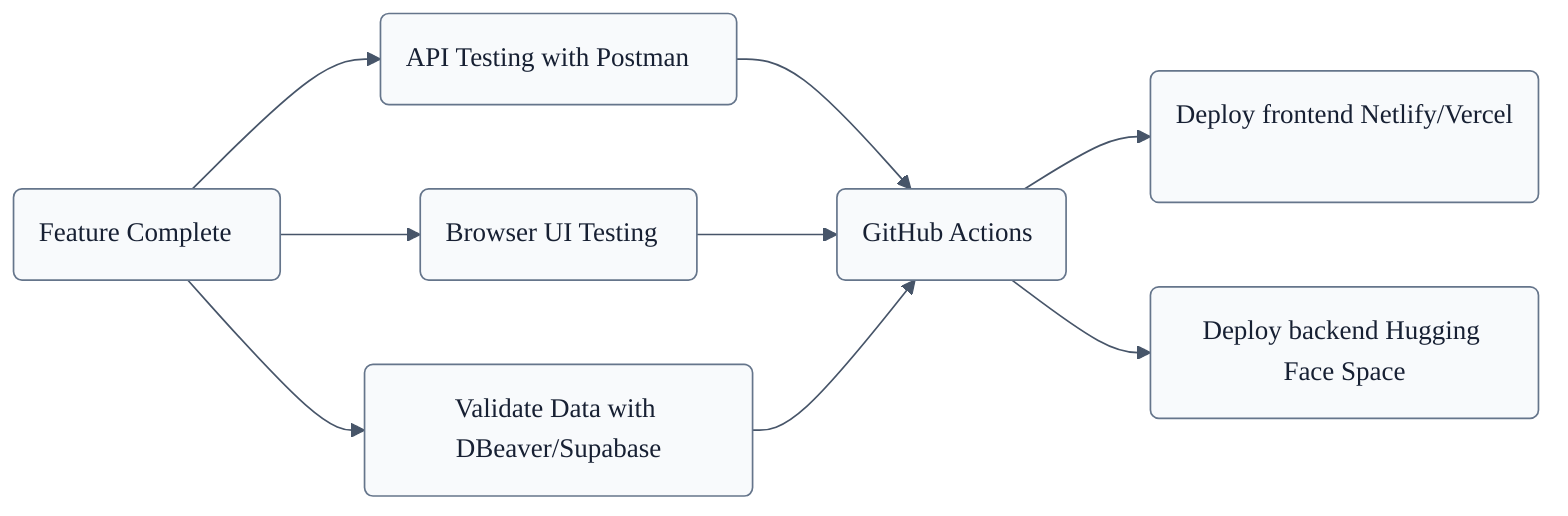
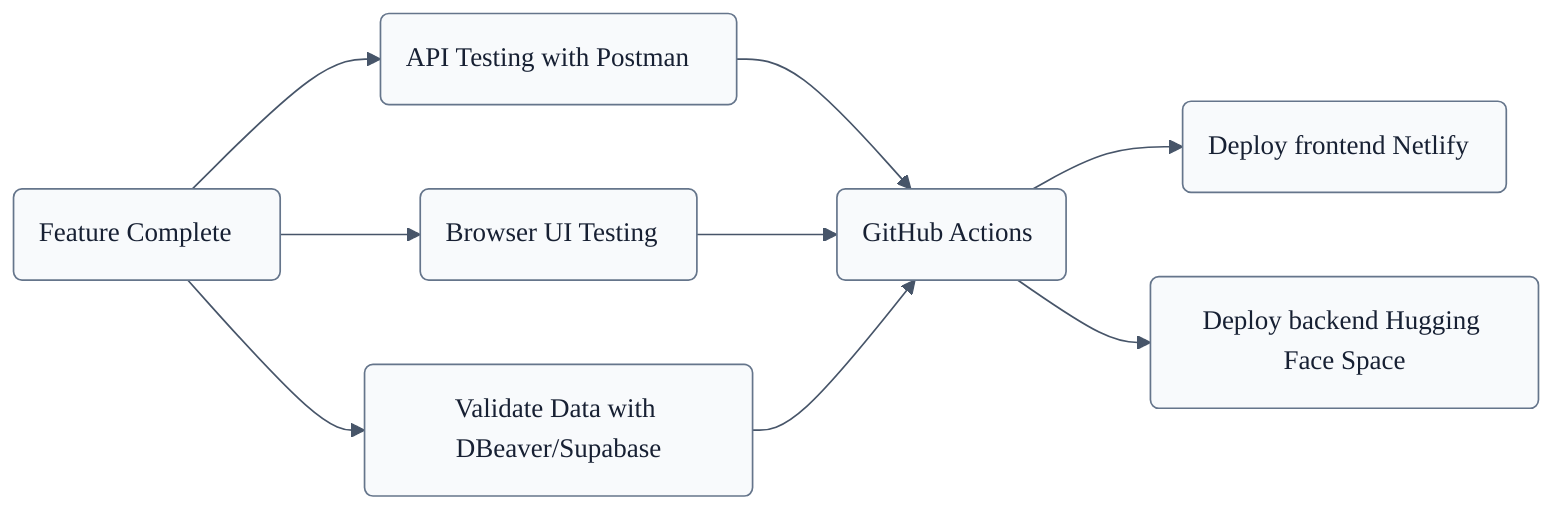
---
config:
  theme: base
  themeVariables:
    fontFamily: Inter, Arial, sans-serif
    primaryColor: '#f8fafc'
    primaryTextColor: '#172033'
    primaryBorderColor: '#65758b'
    lineColor: '#475569'
    secondaryColor: '#e8eef8'
    tertiaryColor: '#ffffff'
---
flowchart LR
    Code(Feature Complete) --> API(API Testing with Postman)
    Code --> UI(Browser UI Testing)
    Code --> DBCheck(Validate Data with DBeaver/Supabase)
    API --> CI(GitHub Actions)
    UI --> CI
    DBCheck --> CI
-     CI --> Frontend(Deploy frontend Netlify/Vercel)
+     CI --> Frontend(Deploy frontend Netlify)
    CI --> Backend(Deploy backend Hugging Face Space)

classDef person fill:#fff7ed,stroke:#f97316,color:#7c2d12,stroke-width:1px;
classDef app fill:#eef6ff,stroke:#2563eb,color:#172554,stroke-width:1px;
classDef backend fill:#eef2ff,stroke:#4f46e5,color:#1e1b4b,stroke-width:1px;
classDef data fill:#ecfdf5,stroke:#059669,color:#064e3b,stroke-width:1px;
classDef external fill:#fdf2f8,stroke:#db2777,color:#831843,stroke-width:1px;
classDef process fill:#f8fafc,stroke:#64748b,color:#0f172a,stroke-width:1px;
classDef warn fill:#fff7ed,stroke:#ea580c,color:#7c2d12,stroke-width:1px;
classDef ok fill:#f0fdf4,stroke:#16a34a,color:#14532d,stroke-width:1px;
